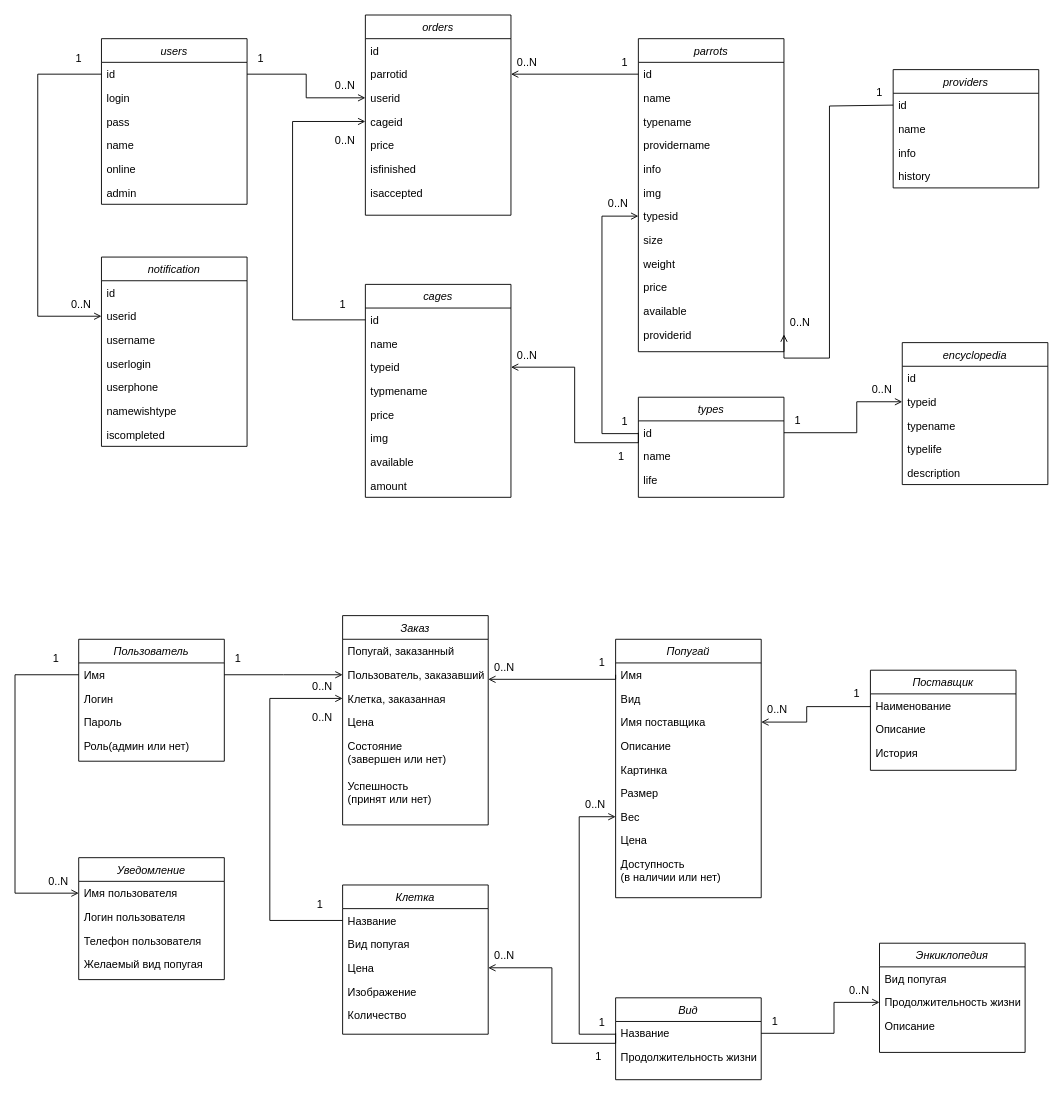
Before: documentation/Логическая модель + концептуальная схема.drawio in romankuz19/web-application-coursework, a draw.io diagram. Source tidied: cells renumbered, new cells numbered last; positions are measured from the earlier drawing's top-left corner, leaving out a move shared by most shapes. Both pictures are drawn from the tidied source at 91%, with x=0, y=0 at pixel (15, 15).
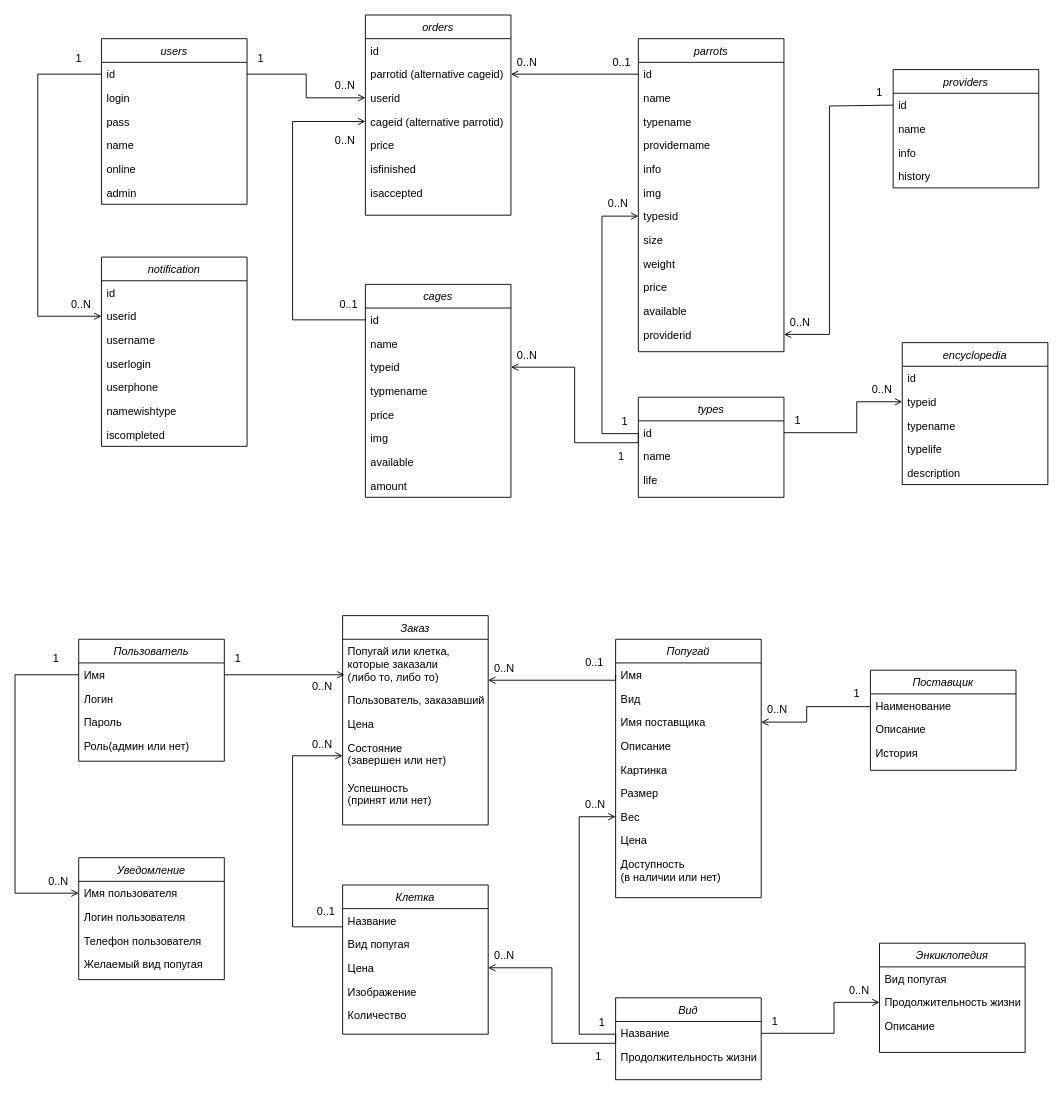
Above is the later version.

Unchanged cells that the change refers to:
```xml
<mxCell id="20" value="orders" style="swimlane;fontStyle=2;align=center;verticalAlign=top;horizontal=1;startSize=26;rounded=0;shadow=0;strokeWidth=1;" parent="1" vertex="1">
  <mxGeometry x="385" width="160" height="220" as="geometry" />
</mxCell>
<mxCell id="40" style="endArrow=open;shadow=0;strokeWidth=1;rounded=0;endFill=1;edgeStyle=elbowEdgeStyle;elbow=vertical;exitX=0;exitY=0.5;exitDx=0;exitDy=0;entryX=0;entryY=0.5;entryDx=0;entryDy=0;" parent="1" edge="1" source="32" target="24">
  <mxGeometry x="0.5" y="41" relative="1" as="geometry">
    <Array as="points">
      <mxPoint x="305" y="226" />
    </Array>
    <mxPoint x="-40" y="32" as="offset" />
  </mxGeometry>
</mxCell>
<mxCell id="55" value="providerid" style="text;align=left;verticalAlign=top;spacingLeft=4;spacingRight=4;overflow=hidden;points=[[0,0.5],[1,0.5]];portConstraint=eastwest;rounded=0;shadow=0;html=0;" parent="43" vertex="1">
  <mxGeometry y="312" width="160" height="26" as="geometry" />
</mxCell>
<mxCell id="56" style="endArrow=open;shadow=0;strokeWidth=1;rounded=0;endFill=1;edgeStyle=elbowEdgeStyle;elbow=vertical;exitX=0;exitY=0.5;exitDx=0;exitDy=0;entryX=1;entryY=0.5;entryDx=0;entryDy=0;" parent="1" edge="1" source="44" target="22">
  <mxGeometry x="0.5" y="41" relative="1" as="geometry">
    <Array as="points">
      <mxPoint x="665" y="65" />
    </Array>
    <mxPoint x="-40" y="32" as="offset" />
  </mxGeometry>
</mxCell>
<mxCell id="69" value="id" style="text;align=left;verticalAlign=top;spacingLeft=4;spacingRight=4;overflow=hidden;points=[[0,0.5],[1,0.5]];portConstraint=eastwest;" parent="68" vertex="1">
  <mxGeometry y="26" width="160" height="26" as="geometry" />
</mxCell>
<mxCell id="87" value="Имя" style="text;align=left;verticalAlign=top;spacingLeft=4;spacingRight=4;overflow=hidden;points=[[0,0.5],[1,0.5]];portConstraint=eastwest;" parent="86" vertex="1">
  <mxGeometry y="26" width="160" height="26" as="geometry" />
</mxCell>
<mxCell id="99" value="Заказ" style="swimlane;fontStyle=2;align=center;verticalAlign=top;horizontal=1;startSize=26;rounded=0;shadow=0;strokeWidth=1;" parent="1" vertex="1">
  <mxGeometry x="360" y="660" width="160" height="230" as="geometry" />
</mxCell>
<mxCell id="110" value="Название" style="text;align=left;verticalAlign=top;spacingLeft=4;spacingRight=4;overflow=hidden;points=[[0,0.5],[1,0.5]];portConstraint=eastwest;" parent="109" vertex="1">
  <mxGeometry y="26" width="160" height="26" as="geometry" />
</mxCell>
<mxCell id="119" value="Имя" style="text;align=left;verticalAlign=top;spacingLeft=4;spacingRight=4;overflow=hidden;points=[[0,0.5],[1,0.5]];portConstraint=eastwest;" parent="118" vertex="1">
  <mxGeometry y="26" width="160" height="26" as="geometry" />
</mxCell>
```

Diff of the diagram source:
```diff
@@
-    <mxCell id="22" value="parrotid" style="text;align=left;verticalAlign=top;spacingLeft=4;spacingRight=4;overflow=hidden;points=[[0,0.5],[1,0.5]];portConstraint=eastwest;rounded=0;shadow=0;html=0;" parent="20" vertex="1">
+    <mxCell id="22" value="parrotid (alternative cageid)" style="text;align=left;verticalAlign=top;spacingLeft=4;spacingRight=4;overflow=hidden;points=[[0,0.5],[1,0.5]];portConstraint=eastwest;rounded=0;shadow=0;html=0;" parent="20" vertex="1">
       <mxGeometry y="52" width="160" height="26" as="geometry" />
     </mxCell>
@@
-    <mxCell id="24" value="cageid " style="text;align=left;verticalAlign=top;spacingLeft=4;spacingRight=4;overflow=hidden;points=[[0,0.5],[1,0.5]];portConstraint=eastwest;rounded=0;shadow=0;html=0;" parent="20" vertex="1">
+    <mxCell id="24" value="cageid (alternative parrotid)" style="text;align=left;verticalAlign=top;spacingLeft=4;spacingRight=4;overflow=hidden;points=[[0,0.5],[1,0.5]];portConstraint=eastwest;rounded=0;shadow=0;html=0;" parent="20" vertex="1">
       <mxGeometry y="104" width="160" height="26" as="geometry" />
     </mxCell>
@@
-    <mxCell id="41" value="1" style="align=left;verticalAlign=bottom;labelBackgroundColor=none;fontSize=12;" parent="40" vertex="1">
+    <mxCell id="41" value="0..1" style="align=left;verticalAlign=bottom;labelBackgroundColor=none;fontSize=12;" parent="40" vertex="1">
       <mxGeometry x="-1" relative="1" as="geometry">
         <mxPoint x="-30" y="-9" as="offset" />
       </mxGeometry>
     </mxCell>
@@
-    <mxCell id="57" value="1" style="align=left;verticalAlign=bottom;labelBackgroundColor=none;fontSize=12;" parent="56" vertex="1">
+    <mxCell id="57" value="0..1" style="align=left;verticalAlign=bottom;labelBackgroundColor=none;fontSize=12;" parent="56" vertex="1">
       <mxGeometry x="-1" relative="1" as="geometry">
-        <mxPoint x="-20" y="-5" as="offset" />
+        <mxPoint x="-30" y="-5" as="offset" />
       </mxGeometry>
     </mxCell>
@@
     <mxCell id="73" style="endArrow=open;shadow=0;strokeWidth=1;rounded=0;endFill=1;elbow=vertical;exitX=0;exitY=0.5;exitDx=0;exitDy=0;entryX=1;entryY=0.5;entryDx=0;entryDy=0;edgeStyle=orthogonalEdgeStyle;" parent="1" edge="1" source="69" target="55">
       <mxGeometry x="0.5" y="41" relative="1" as="geometry">
         <Array as="points">
           <mxPoint x="965" y="100" />
           <mxPoint x="895" y="100" />
-          <mxPoint x="895" y="377" />
+          <mxPoint x="895" y="351" />
         </Array>
         <mxPoint x="-40" y="32" as="offset" />
       </mxGeometry>
     </mxCell>
@@
-    <mxCell id="100" value="Попугай, заказанный" style="text;align=left;verticalAlign=top;spacingLeft=4;spacingRight=4;overflow=hidden;points=[[0,0.5],[1,0.5]];portConstraint=eastwest;rounded=0;shadow=0;html=0;" parent="99" vertex="1">
-      <mxGeometry y="26" width="160" height="26" as="geometry" />
+    <mxCell id="100" value="Попугай или клетка, &#10;которые заказали &#10;(либо то, либо то)" style="text;align=left;verticalAlign=top;spacingLeft=4;spacingRight=4;overflow=hidden;points=[[0,0.5],[1,0.5]];portConstraint=eastwest;rounded=0;shadow=0;html=0;" parent="99" vertex="1">
+      <mxGeometry y="26" width="160" height="54" as="geometry" />
     </mxCell>
     <mxCell id="101" value="Пользователь, заказавший" style="text;align=left;verticalAlign=top;spacingLeft=4;spacingRight=4;overflow=hidden;points=[[0,0.5],[1,0.5]];portConstraint=eastwest;rounded=0;shadow=0;html=0;" parent="99" vertex="1">
-      <mxGeometry y="52" width="160" height="26" as="geometry" />
+      <mxGeometry y="80" width="160" height="26" as="geometry" />
     </mxCell>
-    <mxCell id="102" value="Клетка, заказанная" style="text;align=left;verticalAlign=top;spacingLeft=4;spacingRight=4;overflow=hidden;points=[[0,0.5],[1,0.5]];portConstraint=eastwest;rounded=0;shadow=0;html=0;" parent="99" vertex="1">
-      <mxGeometry y="78" width="160" height="26" as="geometry" />
-    </mxCell>
     <mxCell id="103" value="Цена" style="text;align=left;verticalAlign=top;spacingLeft=4;spacingRight=4;overflow=hidden;rounded=0;shadow=0;html=0;" parent="99" vertex="1">
-      <mxGeometry y="104" width="160" height="26" as="geometry" />
+      <mxGeometry y="106" width="160" height="26" as="geometry" />
     </mxCell>
     <mxCell id="104" value="Состояние&#10;(завершен или нет)" style="text;align=left;verticalAlign=top;spacingLeft=4;spacingRight=4;overflow=hidden;points=[[0,0.5],[1,0.5]];portConstraint=eastwest;rounded=0;shadow=0;html=0;" parent="99" vertex="1">
-      <mxGeometry y="130" width="160" height="44" as="geometry" />
+      <mxGeometry y="132" width="160" height="44" as="geometry" />
     </mxCell>
     <mxCell id="105" value="Успешность&#10;(принят или нет)" style="text;align=left;verticalAlign=top;spacingLeft=4;spacingRight=4;overflow=hidden;rounded=0;shadow=0;html=0;" parent="99" vertex="1">
-      <mxGeometry y="174" width="160" height="40" as="geometry" />
+      <mxGeometry y="176" width="160" height="40" as="geometry" />
     </mxCell>
-    <mxCell id="106" style="endArrow=open;shadow=0;strokeWidth=1;rounded=0;endFill=1;edgeStyle=elbowEdgeStyle;elbow=vertical;exitX=1;exitY=0.5;exitDx=0;exitDy=0;entryX=0;entryY=0.5;entryDx=0;entryDy=0;" parent="1" edge="1" source="87" target="101">
+    <mxCell id="106" style="endArrow=open;shadow=0;strokeWidth=1;rounded=0;endFill=1;edgeStyle=elbowEdgeStyle;elbow=vertical;exitX=1;exitY=0.5;exitDx=0;exitDy=0;entryX=0.013;entryY=0.722;entryDx=0;entryDy=0;entryPerimeter=0;" parent="1" edge="1" source="87" target="100">
       <mxGeometry x="0.5" y="41" relative="1" as="geometry">
         <mxPoint x="-40" y="32" as="offset" />
       </mxGeometry>
     </mxCell>
@@
-    <mxCell id="115" style="endArrow=open;shadow=0;strokeWidth=1;rounded=0;endFill=1;edgeStyle=elbowEdgeStyle;elbow=vertical;exitX=0;exitY=0.5;exitDx=0;exitDy=0;entryX=0;entryY=0.5;entryDx=0;entryDy=0;" parent="1" edge="1" source="110" target="102">
+    <mxCell id="115" style="endArrow=open;shadow=0;strokeWidth=1;rounded=0;endFill=1;edgeStyle=elbowEdgeStyle;elbow=vertical;exitX=0;exitY=0.769;exitDx=0;exitDy=0;exitPerimeter=0;" parent="1" edge="1" source="110" target="104">
       <mxGeometry x="0.5" y="41" relative="1" as="geometry">
         <Array as="points">
-          <mxPoint x="280" y="886" />
+          <mxPoint x="305" y="900" />
+          <mxPoint x="285" y="880" />
         </Array>
         <mxPoint x="-40" y="32" as="offset" />
       </mxGeometry>
     </mxCell>
-    <mxCell id="116" value="1" style="align=left;verticalAlign=bottom;labelBackgroundColor=none;fontSize=12;" parent="115" vertex="1">
+    <mxCell id="116" value="0..1" style="align=left;verticalAlign=bottom;labelBackgroundColor=none;fontSize=12;" parent="115" vertex="1">
       <mxGeometry x="-1" relative="1" as="geometry">
         <mxPoint x="-30" y="-9" as="offset" />
       </mxGeometry>
     </mxCell>
     <mxCell id="117" value="0..N" style="align=right;verticalAlign=bottom;labelBackgroundColor=none;fontSize=12;" parent="115" vertex="1">
       <mxGeometry x="1" relative="1" as="geometry">
-        <mxPoint x="-10" y="29" as="offset" />
+        <mxPoint x="-10" y="-4" as="offset" />
       </mxGeometry>
     </mxCell>
@@
-    <mxCell id="128" style="endArrow=open;shadow=0;strokeWidth=1;rounded=0;endFill=1;edgeStyle=elbowEdgeStyle;elbow=vertical;exitX=0;exitY=0.5;exitDx=0;exitDy=0;" parent="1" edge="1" source="119" target="101">
+    <mxCell id="128" style="endArrow=open;shadow=0;strokeWidth=1;rounded=0;endFill=1;edgeStyle=elbowEdgeStyle;elbow=vertical;exitX=0;exitY=0.5;exitDx=0;exitDy=0;entryX=1;entryY=0.833;entryDx=0;entryDy=0;entryPerimeter=0;" parent="1" edge="1" source="119" target="100">
       <mxGeometry x="0.5" y="41" relative="1" as="geometry">
         <Array as="points">
-          <mxPoint x="585" y="730" />
-          <mxPoint x="595" y="720" />
+          <mxPoint x="585" y="731" />
         </Array>
         <mxPoint x="-40" y="32" as="offset" />
       </mxGeometry>
     </mxCell>
-    <mxCell id="129" value="1" style="align=left;verticalAlign=bottom;labelBackgroundColor=none;fontSize=12;" parent="128" vertex="1">
+    <mxCell id="129" value="0..1" style="align=left;verticalAlign=bottom;labelBackgroundColor=none;fontSize=12;" parent="128" vertex="1">
       <mxGeometry x="-1" relative="1" as="geometry">
-        <mxPoint x="-20" y="-5" as="offset" />
+        <mxPoint x="-35" y="-5" as="offset" />
       </mxGeometry>
     </mxCell>
```
